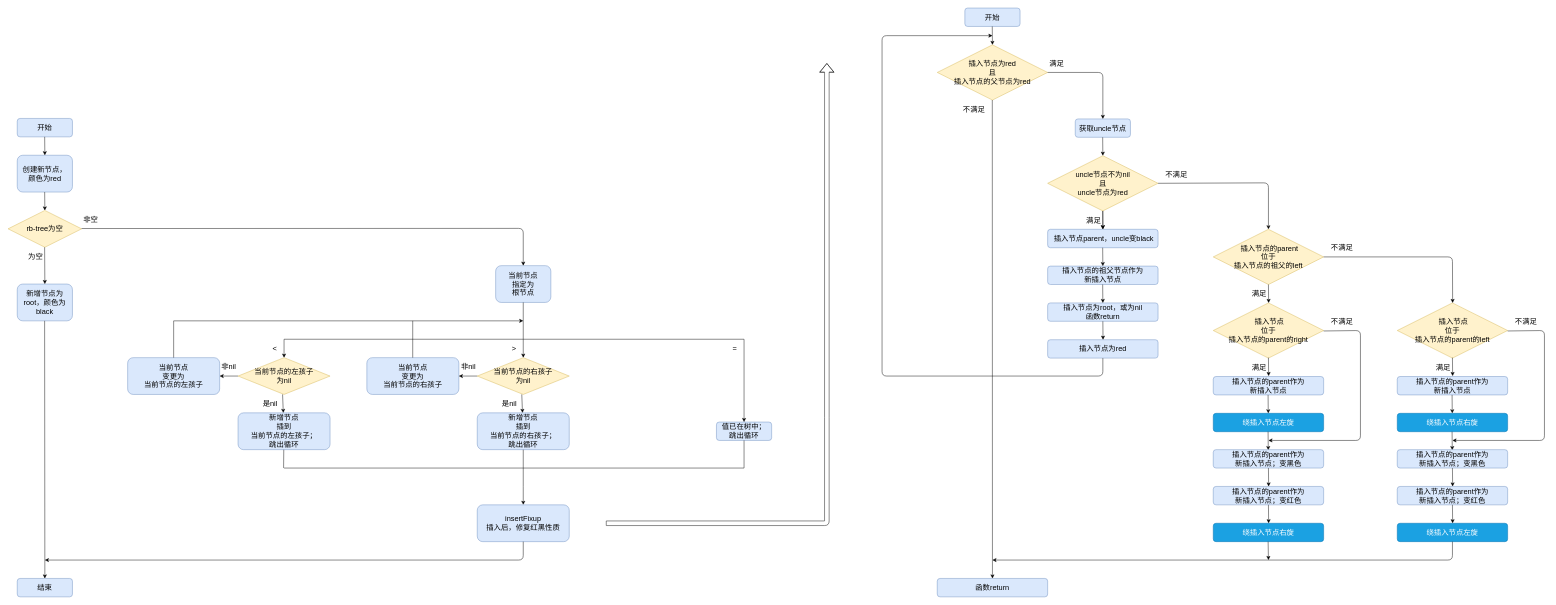
This is pics/data-structure/tree/r-b-tree/4.红黑树插入操作流程图.drawio from niegl4/docs, a draw.io file, before an edit. Source tidied: cells renumbered, new cells numbered last; positions are measured from the earlier drawing's top-left corner, leaving out a move shared by most shapes. Both pictures are drawn from the tidied source at 46%, with x=0, y=0 at pixel (8, 8).
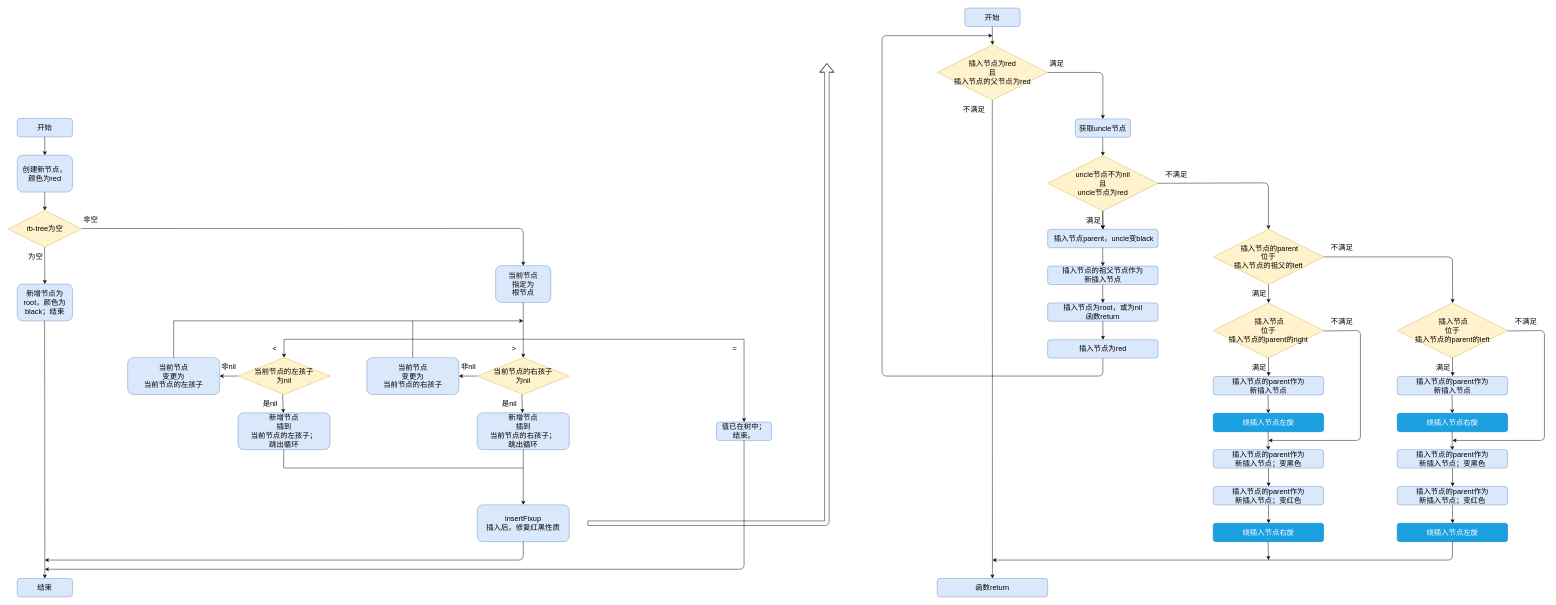
Above is the later version.

Commit message (it also covers changes not shown here):
dev: rbtree md

Diff of the diagram source:
```diff
@@
-    <mxCell id="5" value="&lt;font style=&quot;font-size: 16px&quot;&gt;新增节点为root，颜色为black&lt;/font&gt;" style="rounded=1;whiteSpace=wrap;html=1;fillColor=#dae8fc;strokeColor=#6c8ebf;" parent="1" vertex="1">
+    <mxCell id="5" value="&lt;font style=&quot;font-size: 16px&quot;&gt;新增节点为root，颜色为black；结束&lt;/font&gt;" style="rounded=1;whiteSpace=wrap;html=1;fillColor=#dae8fc;strokeColor=#6c8ebf;" parent="1" vertex="1">
       <mxGeometry x="20" y="600" width="120" height="80" as="geometry" />
     </mxCell>
-    <mxCell id="6" value="&lt;font style=&quot;font-size: 16px&quot;&gt;值已在树中；&lt;br&gt;跳出循环&lt;br&gt;&lt;/font&gt;" style="rounded=1;whiteSpace=wrap;html=1;fillColor=#dae8fc;strokeColor=#6c8ebf;" parent="1" vertex="1">
+    <mxCell id="6" value="&lt;font style=&quot;font-size: 16px&quot;&gt;值已在树中；&lt;br&gt;结束。&lt;br&gt;&lt;/font&gt;" style="rounded=1;whiteSpace=wrap;html=1;fillColor=#dae8fc;strokeColor=#6c8ebf;" parent="1" vertex="1">
       <mxGeometry x="1540" y="900" width="120" height="40" as="geometry" />
     </mxCell>
@@
-    <mxCell id="36" style="endArrow=none;html=1;" parent="1" edge="1">
-      <mxGeometry relative="1" as="geometry">
-        <mxPoint x="1600" y="1000" as="sourcePoint" />
-        <mxPoint x="1600" y="940" as="targetPoint" />
-      </mxGeometry>
-    </mxCell>
     <mxCell id="37" style="endArrow=none;html=1;" parent="1" edge="1">
       <mxGeometry relative="1" as="geometry">
         <mxPoint x="600" y="1000" as="sourcePoint" />
-        <mxPoint x="1600" y="1000" as="targetPoint" />
+        <mxPoint x="1120" y="1000" as="targetPoint" />
       </mxGeometry>
     </mxCell>
@@
     <mxCell id="107" style="shape=flexArrow;endArrow=classic;html=1;" parent="1" edge="1">
       <mxGeometry relative="1" as="geometry">
-        <mxPoint x="1300" y="1120" as="sourcePoint" />
+        <mxPoint x="1260" y="1120" as="sourcePoint" />
         <mxPoint x="1780" y="120" as="targetPoint" />
         <Array as="points">
           <mxPoint x="1780" y="1120" />
           <mxPoint x="1780" y="890" />
         </Array>
       </mxGeometry>
     </mxCell>
+    <mxCell id="108" style="endArrow=classic;html=1;exitX=0.5;exitY=1;exitDx=0;exitDy=0;" parent="1" edge="1" source="6">
+      <mxGeometry relative="1" as="geometry">
+        <mxPoint x="80" y="1220" as="targetPoint" />
+        <Array as="points">
+          <mxPoint x="1600" y="1220" />
+        </Array>
+      </mxGeometry>
+    </mxCell>
```
